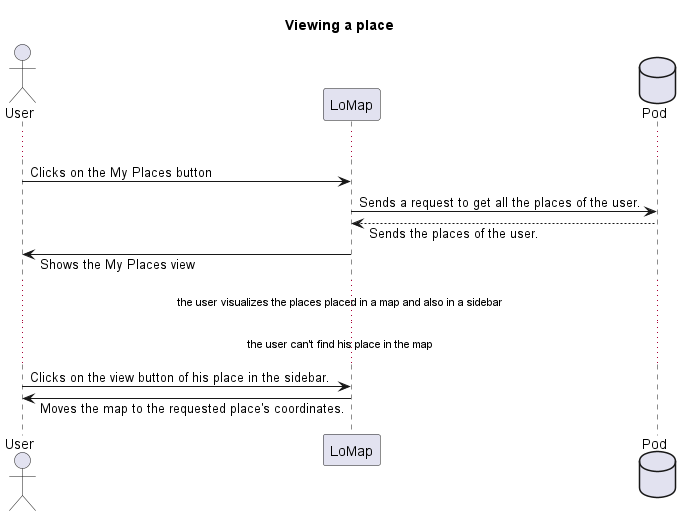
Before: images/ViewPlaces.png, a diagram exported from PlantUML (Arquisoft/lomap_es6b). Source of this version:
```plantuml
@startuml
title Viewing a place
Actor User
Participant LoMap
Database Pod
skinparam responseMessageBelowArrow true
...
User -> LoMap: Clicks on the My Places button
LoMap -> Pod: Sends a request to get all the places of the user.
LoMap <-- Pod: Sends the places of the user.
LoMap -> User: Shows the My Places view

...the user visualizes the places placed in a map and also in a sidebar...

...the user can't find his place in the map...

User -> LoMap: Clicks on the view button of his place in the sidebar.
User <- LoMap: Moves the map to the requested place's coordinates.

@enduml
```
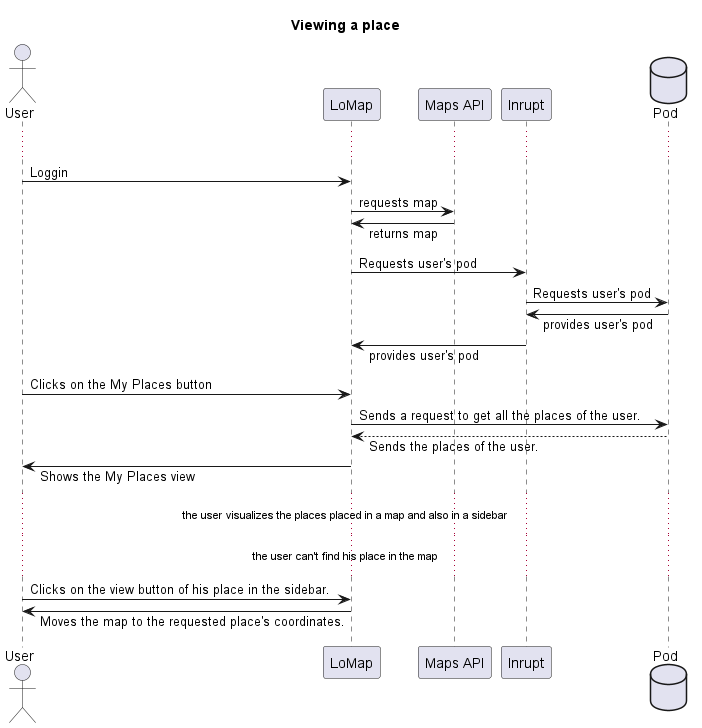
After the commit.

Diff of the diagram source:
```diff
@@ -2,10 +2,22 @@
 title Viewing a place
 Actor User
 Participant LoMap
+Participant MapsAPI as "Maps API"
+Participant Inrupt
 Database Pod
 skinparam responseMessageBelowArrow true
 ...
+User -> LoMap: Loggin
+LoMap -> MapsAPI : requests map
+MapsAPI -> LoMap : returns map
+LoMap -> Inrupt: Requests user's pod
+Inrupt-> Pod: Requests user's pod
+Pod -> Inrupt: provides user's pod
+Inrupt-> LoMap: provides user's pod
+
 User -> LoMap: Clicks on the My Places button
+
+
 LoMap -> Pod: Sends a request to get all the places of the user.
 LoMap <-- Pod: Sends the places of the user.
 LoMap -> User: Shows the My Places view
```
